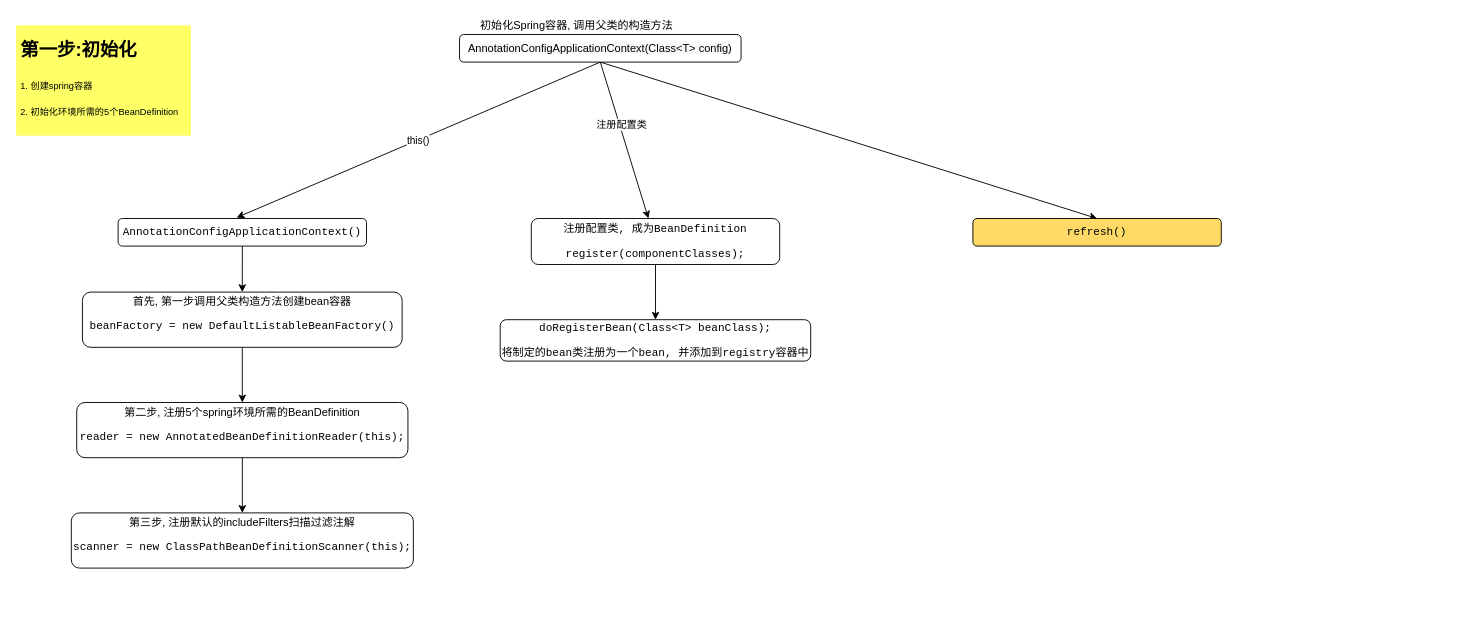
naccoit/drawio keeps this draw.io diagram as runninpanda/framework/spring/Spring.drawio. Above is the earlier version. Source tidied: cells renumbered, new cells numbered last; positions are measured from the earlier drawing's top-left corner, leaving out a move shared by most shapes. Both pictures are drawn from the tidied source at 92%, with x=0, y=0 at pixel (16, 16).
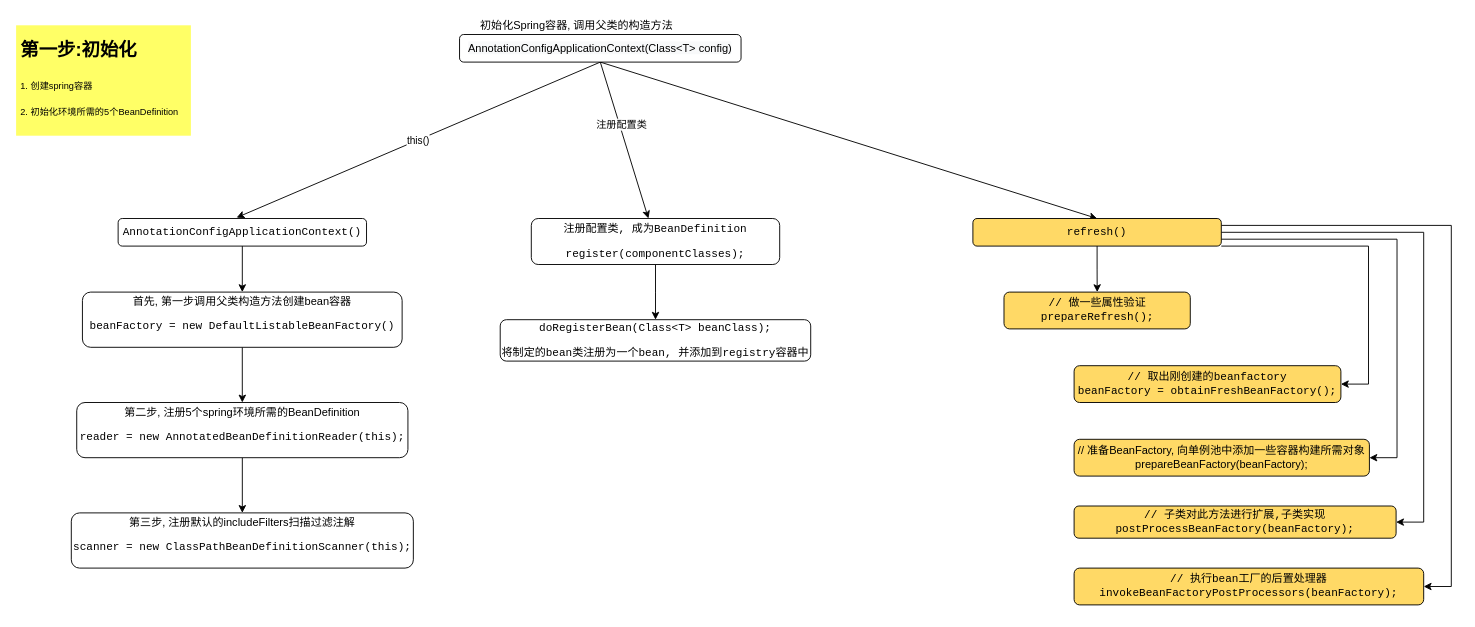
Above is the later version.

The change refers to these unchanged cells:
```xml
<mxCell id="13" value="&lt;pre&gt;&lt;pre&gt;&lt;pre&gt;&lt;pre&gt;refresh()&lt;/pre&gt;&lt;/pre&gt;&lt;/pre&gt;&lt;/pre&gt;" style="rounded=1;whiteSpace=wrap;html=1;labelBackgroundColor=none;fillColor=#FFD966;" parent="1" vertex="1">
  <mxGeometry x="1040" y="220" width="270" height="30" as="geometry" />
</mxCell>
```

Diff of the diagram source:
```diff
@@
+    <mxCell id="20" style="edgeStyle=orthogonalEdgeStyle;rounded=0;jettySize=auto;html=1;" parent="1" edge="1" source="13" target="25">
+      <mxGeometry relative="1" as="geometry" />
+    </mxCell>
+    <mxCell id="21" style="edgeStyle=entityRelationEdgeStyle;rounded=0;jettySize=auto;html=1;elbow=vertical;exitX=1;exitY=1;exitDx=0;exitDy=0;" parent="1" edge="1" source="13" target="26">
+      <mxGeometry relative="1" as="geometry" />
+    </mxCell>
+    <mxCell id="22" style="edgeStyle=entityRelationEdgeStyle;rounded=0;jettySize=auto;html=1;exitX=1;exitY=0.75;exitDx=0;exitDy=0;" parent="1" edge="1" source="13" target="27">
+      <mxGeometry relative="1" as="geometry" />
+    </mxCell>
+    <mxCell id="23" style="edgeStyle=entityRelationEdgeStyle;rounded=0;jettySize=auto;html=1;exitX=1;exitY=0.5;exitDx=0;exitDy=0;" parent="1" edge="1" source="13" target="29">
+      <mxGeometry relative="1" as="geometry" />
+    </mxCell>
+    <mxCell id="24" style="edgeStyle=entityRelationEdgeStyle;rounded=0;jettySize=auto;html=1;exitX=1;exitY=0.25;exitDx=0;exitDy=0;" parent="1" edge="1" source="13" target="30">
+      <mxGeometry relative="1" as="geometry" />
+    </mxCell>
@@
+    <mxCell id="25" value="&lt;pre&gt;// 做一些属性验证&lt;br/&gt;prepareRefresh();&lt;br&gt;&lt;/pre&gt;" style="whiteSpace=wrap;html=1;rounded=1;fillColor=#FFD966;" parent="1" vertex="1">
+      <mxGeometry x="1073.8" y="300" width="202.5" height="40" as="geometry" />
+    </mxCell>
+    <mxCell id="26" value="&lt;pre&gt;// 取出刚创建的beanfactory&lt;br/&gt;beanFactory = obtainFreshBeanFactory();&lt;/pre&gt;" style="whiteSpace=wrap;html=1;rounded=1;fillColor=#FFD966;" parent="1" vertex="1">
+      <mxGeometry x="1150" y="380" width="290" height="40" as="geometry" />
+    </mxCell>
+    <mxCell id="27" value="// 准备BeanFactory, 向单例池中添加一些容器构建所需对象&#10;prepareBeanFactory(beanFactory);" style="whiteSpace=wrap;html=1;rounded=1;fillColor=#FFD966;gradientDirection=south;" parent="1" vertex="1">
+      <mxGeometry x="1150" y="460" width="321" height="40" as="geometry" />
+    </mxCell>
+    <mxCell id="28" value="&lt;pre&gt;&lt;br&gt;&lt;/pre&gt;" style="text;html=1;strokeColor=none;fillColor=none;align=center;verticalAlign=middle;whiteSpace=wrap;rounded=0;" parent="1" vertex="1">
+      <mxGeometry x="1150" y="500" width="329.5" height="20" as="geometry" />
+    </mxCell>
+    <mxCell id="29" value="&lt;pre&gt;&lt;pre&gt;&lt;pre&gt;// 子类对此方法进行扩展,子类实现&lt;br&gt;postProcessBeanFactory(beanFactory);&lt;/pre&gt;&lt;/pre&gt;&lt;/pre&gt;" style="whiteSpace=wrap;html=1;rounded=1;fillColor=#FFD966;gradientDirection=south;" parent="1" vertex="1">
+      <mxGeometry x="1150" y="532.5" width="350" height="35" as="geometry" />
+    </mxCell>
+    <mxCell id="30" value="&lt;pre&gt;&lt;pre&gt;&lt;pre&gt;&lt;pre&gt;// 执行bean工厂的后置处理器&lt;br&gt;invokeBeanFactoryPostProcessors(beanFactory);&lt;/pre&gt;&lt;/pre&gt;&lt;/pre&gt;&lt;/pre&gt;" style="whiteSpace=wrap;html=1;rounded=1;fillColor=#FFD966;gradientDirection=south;" parent="1" vertex="1">
+      <mxGeometry x="1150" y="600" width="380" height="40" as="geometry" />
+    </mxCell>
```
